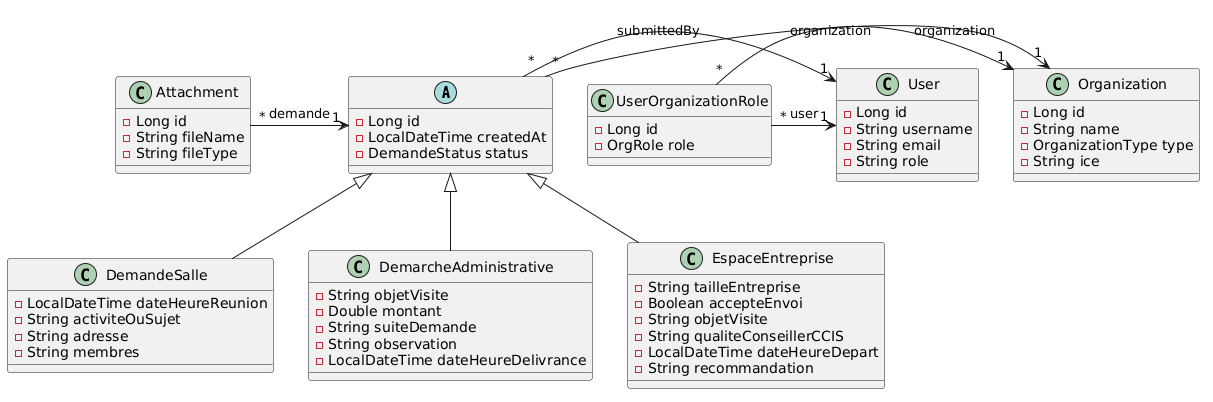
The PlantUML diagram class diagram.png in elmahd1/ccis-project, before a commit.
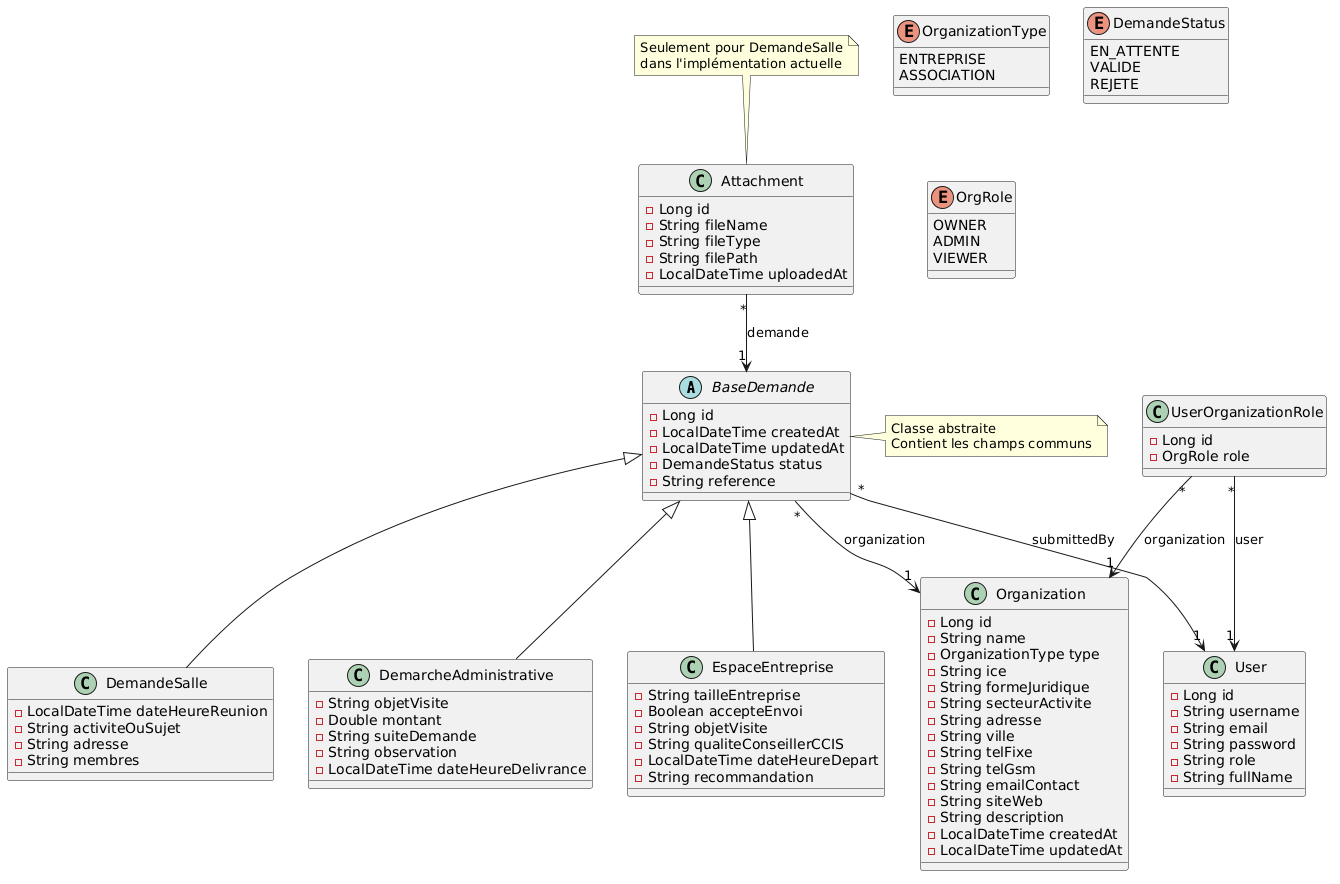
The same file after the commit.

The edit, as a diff of the source:
```diff
@@ -2,7 +2,9 @@
 abstract class BaseDemande {
     - Long id
     - LocalDateTime createdAt
+    - LocalDateTime updatedAt
     - DemandeStatus status
+    - String reference
 }
 
 class DemandeSalle {
@@ -33,6 +35,8 @@
     - Long id
     - String fileName
     - String fileType
+    - String filePath
+    - LocalDateTime uploadedAt
 }
 
 class Organization {
@@ -40,13 +44,43 @@
     - String name
     - OrganizationType type
     - String ice
+    - String formeJuridique
+    - String secteurActivite
+    - String adresse
+    - String ville
+    - String telFixe
+    - String telGsm
+    - String emailContact
+    - String siteWeb
+    - String description
+    - LocalDateTime createdAt
+    - LocalDateTime updatedAt
 }
 
 class User {
     - Long id
     - String username
     - String email
+    - String password
     - String role
+    - String fullName
+}
+
+enum OrganizationType {
+    ENTREPRISE
+    ASSOCIATION
+}
+
+enum DemandeStatus {
+    EN_ATTENTE
+    VALIDE
+    REJETE
+}
+
+enum OrgRole {
+    OWNER
+    ADMIN
+    VIEWER
 }
 
 class UserOrganizationRole {
@@ -58,10 +92,20 @@
 BaseDemande <|-- DemarcheAdministrative
 BaseDemande <|-- EspaceEntreprise
 
-Attachment "*" -> "1" BaseDemande : demande
-BaseDemande "*" -> "1" Organization : organization
-BaseDemande "*" -> "1" User : submittedBy
+Attachment "*" --> "1" BaseDemande : demande
+BaseDemande "*" --> "1" Organization : organization
+BaseDemande "*" --> "1" User : submittedBy
 
-UserOrganizationRole "*" -> "1" User : user
-UserOrganizationRole "*" -> "1" Organization : organization
+UserOrganizationRole "*" --> "1" User : user
+UserOrganizationRole "*" --> "1" Organization : organization
+
+note top of Attachment
+  Seulement pour DemandeSalle
+  dans l'implémentation actuelle
+end note
+
+note right of BaseDemande
+  Classe abstraite
+  Contient les champs communs
+end note
 @enduml
```
